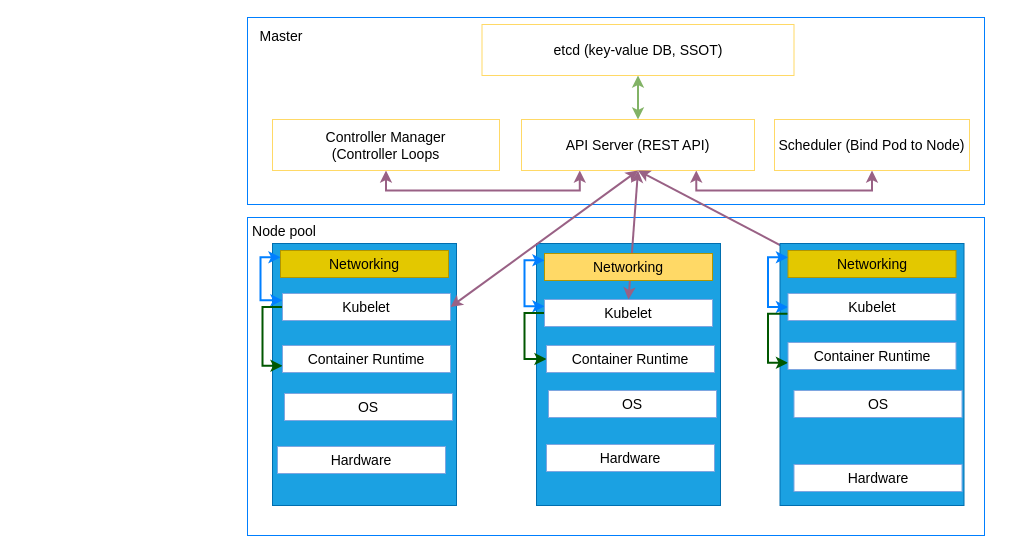
This is Kubernetes-architecture.drawio from khanhnt99/Diagram, a draw.io file, before an edit. Source tidied: cells renumbered, new cells numbered last; positions are measured from the earlier drawing's top-left corner, leaving out a move shared by most shapes. Both pictures are drawn from the tidied source at 100%, with x=0, y=0 at pixel (236, 17).
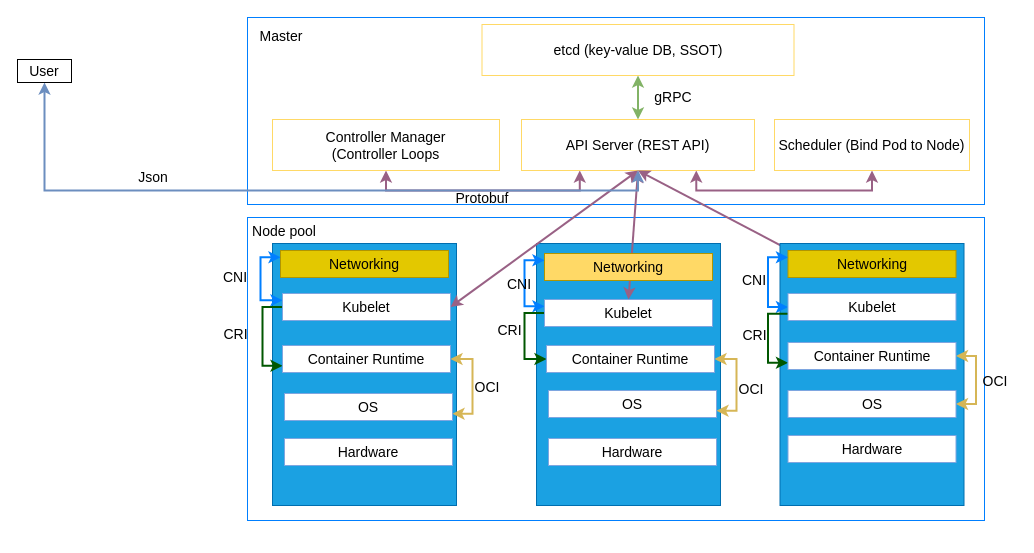
The same page after the edit.

Unchanged cells that the change refers to:
```xml
<mxCell id="9" value="&lt;font style=&quot;font-size: 14px&quot;&gt;API Server (REST API)&lt;br&gt;&lt;/font&gt;" style="rounded=0;whiteSpace=wrap;html=1;strokeColor=#FFD966;fillColor=none;" parent="1" vertex="1">
  <mxGeometry x="285" y="102" width="233" height="51" as="geometry" />
</mxCell>
<mxCell id="22" value="Container Runtime" style="rounded=0;whiteSpace=wrap;html=1;fontSize=14;strokeColor=#7EA6E0;fillColor=default;" parent="1" vertex="1">
  <mxGeometry x="46" y="328" width="168" height="27" as="geometry" />
</mxCell>
<mxCell id="28" value="Container Runtime" style="rounded=0;whiteSpace=wrap;html=1;fontSize=14;strokeColor=#7EA6E0;fillColor=default;" parent="1" vertex="1">
  <mxGeometry x="310" y="328" width="168" height="27" as="geometry" />
</mxCell>
<mxCell id="33" value="Container Runtime" style="rounded=0;whiteSpace=wrap;html=1;fontSize=14;strokeColor=#7EA6E0;fillColor=default;" parent="1" vertex="1">
  <mxGeometry x="551.5" y="325" width="168" height="27" as="geometry" />
</mxCell>
<mxCell id="34" value="OS" style="rounded=0;whiteSpace=wrap;html=1;fontSize=14;strokeColor=#7EA6E0;fillColor=default;" parent="1" vertex="1">
  <mxGeometry x="48" y="376" width="168" height="27" as="geometry" />
</mxCell>
<mxCell id="35" value="OS" style="rounded=0;whiteSpace=wrap;html=1;fontSize=14;strokeColor=#7EA6E0;fillColor=default;" parent="1" vertex="1">
  <mxGeometry x="312" y="373" width="168" height="27" as="geometry" />
</mxCell>
```

Diff of the diagram source:
```diff
@@
     <mxCell id="11" style="rounded=0;whiteSpace=wrap;html=1;fillColor=none;strokeColor=#007FFF;" parent="1" vertex="1">
-      <mxGeometry x="11" y="200" width="737" height="318" as="geometry" />
+      <mxGeometry x="11" y="200" width="737" height="303" as="geometry" />
     </mxCell>
@@
+    <mxCell id="40" style="edgeStyle=orthogonalEdgeStyle;rounded=0;jettySize=auto;html=1;exitX=1;exitY=0.5;exitDx=0;exitDy=0;entryX=1;entryY=0.75;entryDx=0;entryDy=0;fontSize=14;startArrow=classic;startFill=1;strokeColor=#d6b656;strokeWidth=2;fillColor=#fff2cc;gradientColor=#ffd966;" parent="1" edge="1" source="22" target="34">
+      <mxGeometry relative="1" as="geometry" />
+    </mxCell>
@@
+    <mxCell id="41" style="edgeStyle=orthogonalEdgeStyle;rounded=0;jettySize=auto;html=1;exitX=1;exitY=0.5;exitDx=0;exitDy=0;entryX=1;entryY=0.75;entryDx=0;entryDy=0;fontSize=14;startArrow=classic;startFill=1;strokeColor=#d6b656;strokeWidth=2;fillColor=#fff2cc;gradientColor=#ffd966;" parent="1" edge="1" source="28" target="35">
+      <mxGeometry relative="1" as="geometry" />
+    </mxCell>
@@
+    <mxCell id="42" style="edgeStyle=orthogonalEdgeStyle;rounded=0;jettySize=auto;html=1;exitX=1;exitY=0.5;exitDx=0;exitDy=0;entryX=1;entryY=0.5;entryDx=0;entryDy=0;fontSize=14;startArrow=classic;startFill=1;strokeColor=#d6b656;strokeWidth=2;fillColor=#fff2cc;gradientColor=#ffd966;" parent="1" edge="1" source="33" target="36">
+      <mxGeometry relative="1" as="geometry" />
+    </mxCell>
@@
     <mxCell id="36" value="OS" style="rounded=0;whiteSpace=wrap;html=1;fontSize=14;strokeColor=#7EA6E0;fillColor=default;" parent="1" vertex="1">
-      <mxGeometry x="557.5" y="373" width="168" height="27" as="geometry" />
+      <mxGeometry x="551.5" y="373" width="168" height="27" as="geometry" />
     </mxCell>
     <mxCell id="37" value="Hardware" style="rounded=0;whiteSpace=wrap;html=1;fontSize=14;strokeColor=#7EA6E0;fillColor=default;" parent="1" vertex="1">
-      <mxGeometry x="41" y="429" width="168" height="27" as="geometry" />
+      <mxGeometry x="48" y="421" width="168" height="27" as="geometry" />
     </mxCell>
     <mxCell id="38" value="Hardware" style="rounded=0;whiteSpace=wrap;html=1;fontSize=14;strokeColor=#7EA6E0;fillColor=default;" parent="1" vertex="1">
-      <mxGeometry x="310" y="427" width="168" height="27" as="geometry" />
+      <mxGeometry x="312" y="421" width="168" height="27" as="geometry" />
     </mxCell>
     <mxCell id="39" value="Hardware" style="rounded=0;whiteSpace=wrap;html=1;fontSize=14;strokeColor=#7EA6E0;fillColor=default;" parent="1" vertex="1">
-      <mxGeometry x="557.5" y="447" width="168" height="27" as="geometry" />
+      <mxGeometry x="551.5" y="418" width="168" height="27" as="geometry" />
     </mxCell>
+    <mxCell id="43" value="gRPC" style="text;html=1;strokeColor=none;fillColor=none;align=center;verticalAlign=middle;whiteSpace=wrap;rounded=0;fontSize=14;" parent="1" vertex="1">
+      <mxGeometry x="407" y="65" width="60" height="30" as="geometry" />
+    </mxCell>
+    <mxCell id="44" value="CNI" style="text;html=1;strokeColor=none;fillColor=none;align=center;verticalAlign=middle;whiteSpace=wrap;rounded=0;fontSize=14;" parent="1" vertex="1">
+      <mxGeometry x="-21" y="250" width="40" height="19" as="geometry" />
+    </mxCell>
+    <mxCell id="45" value="CNI" style="text;html=1;strokeColor=none;fillColor=none;align=center;verticalAlign=middle;whiteSpace=wrap;rounded=0;fontSize=14;" parent="1" vertex="1">
+      <mxGeometry x="263" y="257" width="40" height="19" as="geometry" />
+    </mxCell>
+    <mxCell id="46" value="CNI" style="text;html=1;strokeColor=none;fillColor=none;align=center;verticalAlign=middle;whiteSpace=wrap;rounded=0;fontSize=14;" parent="1" vertex="1">
+      <mxGeometry x="498" y="253" width="40" height="19" as="geometry" />
+    </mxCell>
+    <mxCell id="47" value="CRI" style="text;html=1;strokeColor=none;fillColor=none;align=center;verticalAlign=middle;whiteSpace=wrap;rounded=0;fontSize=14;" parent="1" vertex="1">
+      <mxGeometry x="-20" y="309" width="39" height="15" as="geometry" />
+    </mxCell>
+    <mxCell id="48" value="CRI" style="text;html=1;strokeColor=none;fillColor=none;align=center;verticalAlign=middle;whiteSpace=wrap;rounded=0;fontSize=14;" parent="1" vertex="1">
+      <mxGeometry x="254" y="305" width="39" height="15" as="geometry" />
+    </mxCell>
+    <mxCell id="49" value="CRI" style="text;html=1;strokeColor=none;fillColor=none;align=center;verticalAlign=middle;whiteSpace=wrap;rounded=0;fontSize=14;" parent="1" vertex="1">
+      <mxGeometry x="499" y="310" width="39" height="15" as="geometry" />
+    </mxCell>
+    <mxCell id="50" value="OCI" style="text;html=1;strokeColor=none;fillColor=none;align=center;verticalAlign=middle;whiteSpace=wrap;rounded=0;fontSize=14;" parent="1" vertex="1">
+      <mxGeometry x="230" y="361" width="42" height="18" as="geometry" />
+    </mxCell>
+    <mxCell id="51" value="OCI" style="text;html=1;strokeColor=none;fillColor=none;align=center;verticalAlign=middle;whiteSpace=wrap;rounded=0;fontSize=14;" parent="1" vertex="1">
+      <mxGeometry x="494" y="363" width="42" height="18" as="geometry" />
+    </mxCell>
+    <mxCell id="52" value="OCI" style="text;html=1;strokeColor=none;fillColor=none;align=center;verticalAlign=middle;whiteSpace=wrap;rounded=0;fontSize=14;" parent="1" vertex="1">
+      <mxGeometry x="738" y="355" width="42" height="18" as="geometry" />
+    </mxCell>
+    <mxCell id="53" value="Protobuf" style="text;html=1;strokeColor=none;fillColor=none;align=center;verticalAlign=middle;whiteSpace=wrap;rounded=0;fontSize=14;" parent="1" vertex="1">
+      <mxGeometry x="216" y="166" width="60" height="30" as="geometry" />
+    </mxCell>
+    <mxCell id="54" style="edgeStyle=orthogonalEdgeStyle;rounded=0;jettySize=auto;html=1;exitX=0.5;exitY=1;exitDx=0;exitDy=0;entryX=0.5;entryY=1;entryDx=0;entryDy=0;fontSize=14;startArrow=classic;startFill=1;strokeColor=#6c8ebf;strokeWidth=2;fillColor=#dae8fc;gradientColor=#7ea6e0;" parent="1" edge="1" source="55" target="9">
+      <mxGeometry relative="1" as="geometry" />
+    </mxCell>
+    <mxCell id="55" value="User" style="rounded=0;whiteSpace=wrap;html=1;fontSize=14;" parent="1" vertex="1">
+      <mxGeometry x="-219" y="42" width="54" height="23" as="geometry" />
+    </mxCell>
+    <mxCell id="56" value="Json" style="text;html=1;strokeColor=none;fillColor=none;align=center;verticalAlign=middle;whiteSpace=wrap;rounded=0;fontSize=14;" parent="1" vertex="1">
+      <mxGeometry x="-113" y="145" width="60" height="30" as="geometry" />
+    </mxCell>
```
